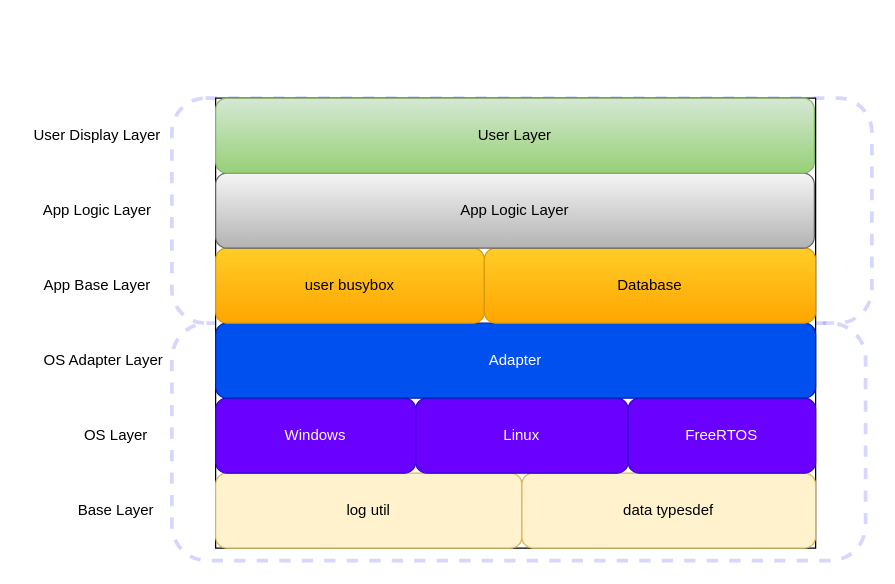
Above: lfp_documents/docs/roadmapping/lfp分层架构.drawio in Wytaitaislee/lfp_tech_advance (draw.io), before the change. Source tidied: cells renumbered, new cells numbered last; positions are measured from the earlier drawing's top-left corner, leaving out a move shared by most shapes. Both pictures are drawn from the tidied source at 125%, with x=0, y=0 at pixel (21, 98).
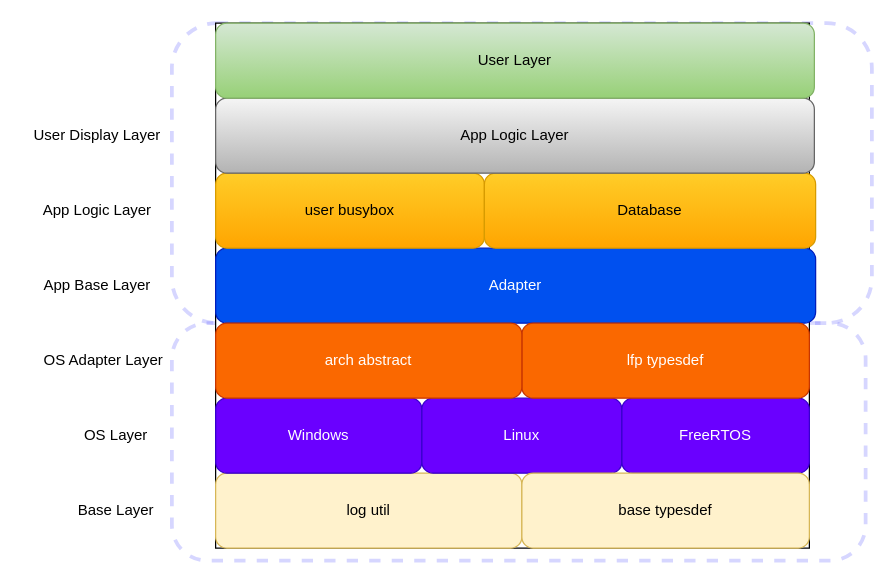
Above is the later version.

The edit, as a diff of the source:
```diff
@@
     <mxCell id="2" style="rounded=1;whiteSpace=wrap;html=1;glass=0;strokeColor=#3333FF;fillColor=#FFFFFF;shadow=0;dashed=1;strokeWidth=3;opacity=20;sketch=0;" parent="1" vertex="1">
-      <mxGeometry x="120" width="560" height="180" as="geometry" />
+      <mxGeometry x="120" y="-60" width="560" height="240" as="geometry" />
     </mxCell>
@@
     <mxCell id="4" style="rounded=0;whiteSpace=wrap;html=1;" parent="1" vertex="1">
-      <mxGeometry x="155" width="480" height="360" as="geometry" />
+      <mxGeometry x="155" y="-60" width="475" height="420" as="geometry" />
     </mxCell>
@@
-    <mxCell id="7" value="data typesdef" style="rounded=1;whiteSpace=wrap;html=1;glass=0;fillColor=#fff2cc;strokeColor=#d6b656;" parent="1" vertex="1">
-      <mxGeometry x="400" y="300" width="235" height="60" as="geometry" />
-    </mxCell>
@@
     <mxCell id="9" value="Windows" style="rounded=1;whiteSpace=wrap;html=1;glass=0;fillColor=#6a00ff;strokeColor=#3700CC;fontColor=#ffffff;" parent="1" vertex="1">
-      <mxGeometry x="155" y="240" width="160" height="60" as="geometry" />
+      <mxGeometry x="155" y="240" width="165" height="60" as="geometry" />
     </mxCell>
     <mxCell id="10" value="Linux" style="rounded=1;whiteSpace=wrap;html=1;glass=0;fillColor=#6a00ff;strokeColor=#3700CC;fontColor=#ffffff;" parent="1" vertex="1">
-      <mxGeometry x="315" y="240" width="170" height="60" as="geometry" />
+      <mxGeometry x="320" y="240" width="160" height="60" as="geometry" />
     </mxCell>
     <mxCell id="11" value="FreeRTOS" style="rounded=1;whiteSpace=wrap;html=1;glass=0;fillColor=#6a00ff;strokeColor=#3700CC;fontColor=#ffffff;" parent="1" vertex="1">
-      <mxGeometry x="485" y="240" width="150" height="60" as="geometry" />
+      <mxGeometry x="480" y="240" width="150" height="60" as="geometry" />
     </mxCell>
     <mxCell id="12" value="Adapter" style="rounded=1;whiteSpace=wrap;html=1;glass=0;fillColor=#0050ef;strokeColor=#001DBC;fontColor=#ffffff;" parent="1" vertex="1">
-      <mxGeometry x="155" y="180" width="480" height="60" as="geometry" />
+      <mxGeometry x="155" y="120" width="480" height="60" as="geometry" />
     </mxCell>
@@
     <mxCell id="15" value="user busybox" style="rounded=1;whiteSpace=wrap;html=1;glass=0;strokeColor=#d79b00;fillColor=#ffcd28;gradientColor=#ffa500;" parent="1" vertex="1">
-      <mxGeometry x="155" y="120" width="215" height="60" as="geometry" />
+      <mxGeometry x="155" y="60" width="215" height="60" as="geometry" />
     </mxCell>
     <mxCell id="16" value="Database" style="rounded=1;whiteSpace=wrap;html=1;glass=0;strokeColor=#d79b00;fillColor=#ffcd28;gradientColor=#ffa500;" parent="1" vertex="1">
-      <mxGeometry x="370" y="120" width="265" height="60" as="geometry" />
+      <mxGeometry x="370" y="60" width="265" height="60" as="geometry" />
     </mxCell>
     <mxCell id="17" value="App Logic Layer" style="rounded=1;whiteSpace=wrap;html=1;glass=0;strokeColor=#666666;fillColor=#f5f5f5;gradientColor=#b3b3b3;" parent="1" vertex="1">
-      <mxGeometry x="155" y="60" width="479" height="60" as="geometry" />
+      <mxGeometry x="155" width="479" height="60" as="geometry" />
     </mxCell>
     <mxCell id="18" value="User Layer" style="rounded=1;whiteSpace=wrap;html=1;glass=0;strokeColor=#82b366;fillColor=#d5e8d4;gradientColor=#97d077;" parent="1" vertex="1">
-      <mxGeometry x="155" width="479" height="60" as="geometry" />
+      <mxGeometry x="155" y="-60" width="479" height="60" as="geometry" />
     </mxCell>
@@
+    <mxCell id="22" value="lfp typesdef" style="rounded=1;whiteSpace=wrap;html=1;strokeColor=#C73500;fillColor=#fa6800;glass=0;fontColor=#ffffff;" parent="1" vertex="1">
+      <mxGeometry x="400" y="180" width="230" height="60" as="geometry" />
+    </mxCell>
+    <mxCell id="23" style="group;opacity=0;strokeColor=#FFFFFF;strokeWidth=1;rounded=1;" parent="1" vertex="1">
+      <mxGeometry x="400" y="300" width="230" height="60" as="geometry" />
+    </mxCell>
+    <mxCell id="7" value="base typesdef" style="rounded=1;whiteSpace=wrap;html=1;glass=0;fillColor=#fff2cc;strokeColor=#d6b656;" parent="23" vertex="1">
+      <mxGeometry width="230" height="60" as="geometry" />
+    </mxCell>
+    <mxCell id="24" value="arch abstract" style="rounded=1;whiteSpace=wrap;html=1;strokeColor=#C73500;strokeWidth=1;fillColor=#fa6800;fontColor=#ffffff;" parent="1" vertex="1">
+      <mxGeometry x="155" y="180" width="245" height="60" as="geometry" />
+    </mxCell>
```
